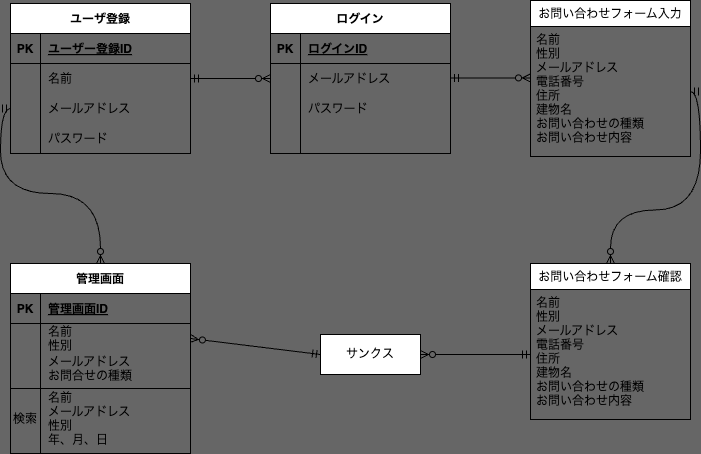
Earlier version of the draw.io export ER.drawio.png (ayaka0601/ayaka_test). Source tidied: cells renumbered, new cells last; positions are measured from the earlier drawing's top-left corner, leaving out a move shared by most shapes.
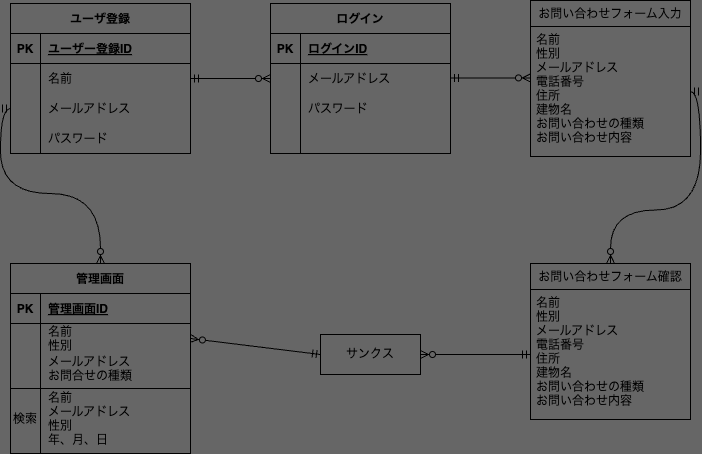
The same diagram one commit later.

What changed in the source:
```diff
@@ -2,7 +2,7 @@
   <root>
     <mxCell id="0" />
     <mxCell id="1" parent="0" />
-    <mxCell id="2" value="ユーザ登録" style="shape=table;startSize=30;rowLines=0;fontStyle=1;align=center;" parent="1" vertex="1">
+    <mxCell id="2" value="ユーザ登録" style="shape=table;startSize=30;rowLines=0;fontStyle=1;align=center;fillColor=none;" parent="1" vertex="1">
       <mxGeometry y="3" width="180" height="150" as="geometry" />
     </mxCell>
     <mxCell id="3" style="shape=tableRow;horizontal=0;startSize=0;swimlaneHead=0;swimlaneBody=0;fillColor=none;top=0;left=0;right=0;bottom=1;" parent="2" vertex="1">
@@ -41,7 +41,7 @@
     <mxCell id="14" value="パスワード" style="shape=partialRectangle;fillColor=none;top=0;left=0;bottom=0;right=0;align=left;spacingLeft=6;overflow=hidden;" parent="12" vertex="1">
       <mxGeometry x="30" width="150" height="30" as="geometry" />
     </mxCell>
-    <mxCell id="15" value="ログイン" style="shape=table;startSize=30;rowLines=0;fontStyle=1;align=center;" parent="1" vertex="1">
+    <mxCell id="15" value="ログイン" style="shape=table;startSize=30;rowLines=0;fontStyle=1;align=center;fillColor=none;" parent="1" vertex="1">
       <mxGeometry x="260" y="3" width="180" height="150" as="geometry" />
     </mxCell>
     <mxCell id="16" style="shape=tableRow;horizontal=0;startSize=0;swimlaneHead=0;swimlaneBody=0;fillColor=none;top=0;left=0;right=0;bottom=1;" parent="15" vertex="1">
@@ -80,13 +80,13 @@
     <mxCell id="27" style="shape=partialRectangle;fillColor=none;top=0;left=0;bottom=0;right=0;align=left;spacingLeft=6;overflow=hidden;" parent="25" vertex="1">
       <mxGeometry x="30" width="150" height="30" as="geometry" />
     </mxCell>
-    <mxCell id="28" value="お問い合わせフォーム入力" style="swimlane;fontStyle=0;horizontal=1;startSize=26;align=center;fontSize=12;" parent="1" vertex="1">
+    <mxCell id="28" value="お問い合わせフォーム入力" style="swimlane;fontStyle=0;horizontal=1;startSize=26;align=center;fontSize=12;fillColor=none;" parent="1" vertex="1">
       <mxGeometry x="520" width="160" height="156" as="geometry" />
     </mxCell>
     <mxCell id="29" value="名前&#10;性別&#10;メールアドレス&#10;電話番号&#10;住所&#10;建物名&#10;お問い合わせの種類&#10;お問い合わせ内容" style="text;strokeColor=default;fillColor=none;spacingLeft=4;spacingRight=4;overflow=hidden;points=[[0,0.5],[1,0.5]];portConstraint=eastwest;fontSize=12;" parent="28" vertex="1">
       <mxGeometry y="26" width="160" height="130" as="geometry" />
     </mxCell>
-    <mxCell id="30" value="お問い合わせフォーム確認" style="swimlane;fontStyle=0;horizontal=1;startSize=26;align=center;fontSize=12;" parent="1" vertex="1">
+    <mxCell id="30" value="お問い合わせフォーム確認" style="swimlane;fontStyle=0;horizontal=1;startSize=26;align=center;fontSize=12;fillColor=none;" parent="1" vertex="1">
       <mxGeometry x="520" y="263" width="160" height="156" as="geometry" />
     </mxCell>
     <mxCell id="31" value="名前&#10;性別&#10;メールアドレス&#10;電話番号&#10;住所&#10;建物名&#10;お問い合わせの種類&#10;お問い合わせ内容" style="text;strokeColor=none;fillColor=none;spacingLeft=4;spacingRight=4;overflow=hidden;points=[[0,0.5],[1,0.5]];portConstraint=eastwest;fontSize=12;" parent="30" vertex="1">
@@ -95,10 +95,10 @@
     <mxCell id="32" style="html=1;exitX=0;exitY=0.5;exitDx=0;exitDy=0;entryX=1;entryY=0.5;entryDx=0;entryDy=0;fontSize=12;startArrow=ERmandOne;startFill=0;endArrow=ERzeroToMany;endFill=0;elbow=vertical;" parent="1" edge="1" source="33" target="38">
       <mxGeometry relative="1" as="geometry" />
     </mxCell>
-    <mxCell id="33" value="サンクス" style="whiteSpace=wrap;html=1;align=center;fontSize=12;" parent="1" vertex="1">
+    <mxCell id="33" value="サンクス" style="whiteSpace=wrap;html=1;align=center;fontSize=12;fillColor=none;" parent="1" vertex="1">
       <mxGeometry x="310" y="334" width="100" height="40" as="geometry" />
     </mxCell>
-    <mxCell id="34" value="管理画面" style="shape=table;startSize=30;rowLines=0;fontStyle=1;align=center;fontSize=12;" parent="1" vertex="1">
+    <mxCell id="34" value="管理画面" style="shape=table;startSize=30;rowLines=0;fontStyle=1;align=center;fontSize=12;fillColor=none;" parent="1" vertex="1">
       <mxGeometry y="263" width="180" height="190" as="geometry" />
     </mxCell>
     <mxCell id="35" style="shape=tableRow;horizontal=0;startSize=0;swimlaneHead=0;swimlaneBody=0;fillColor=none;top=0;left=0;right=0;bottom=1;fontSize=12;" parent="34" vertex="1">
```
